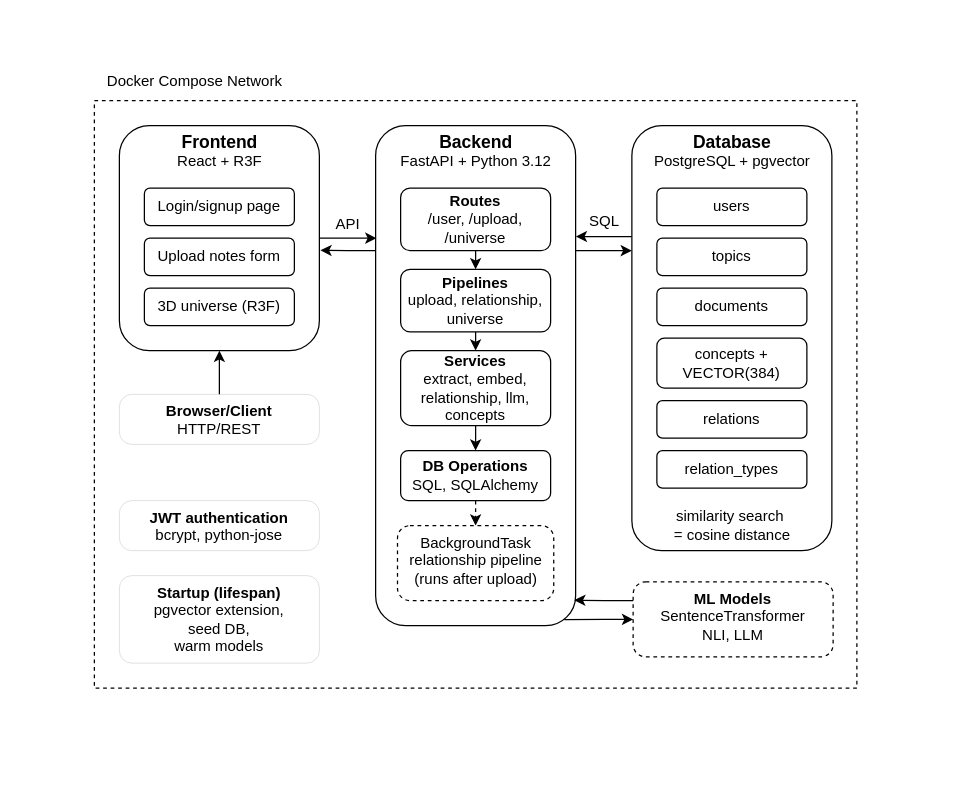
gerardlke/Project-Onion keeps this draw.io diagram as misc/Application Overview.drawio. Above is the earlier version. Source tidied: cells renumbered, new cells numbered last; positions are measured from the earlier drawing's top-left corner, leaving out a move shared by most shapes. Both pictures are drawn from the tidied source at 125%, with x=0, y=0 at pixel (94, 62).
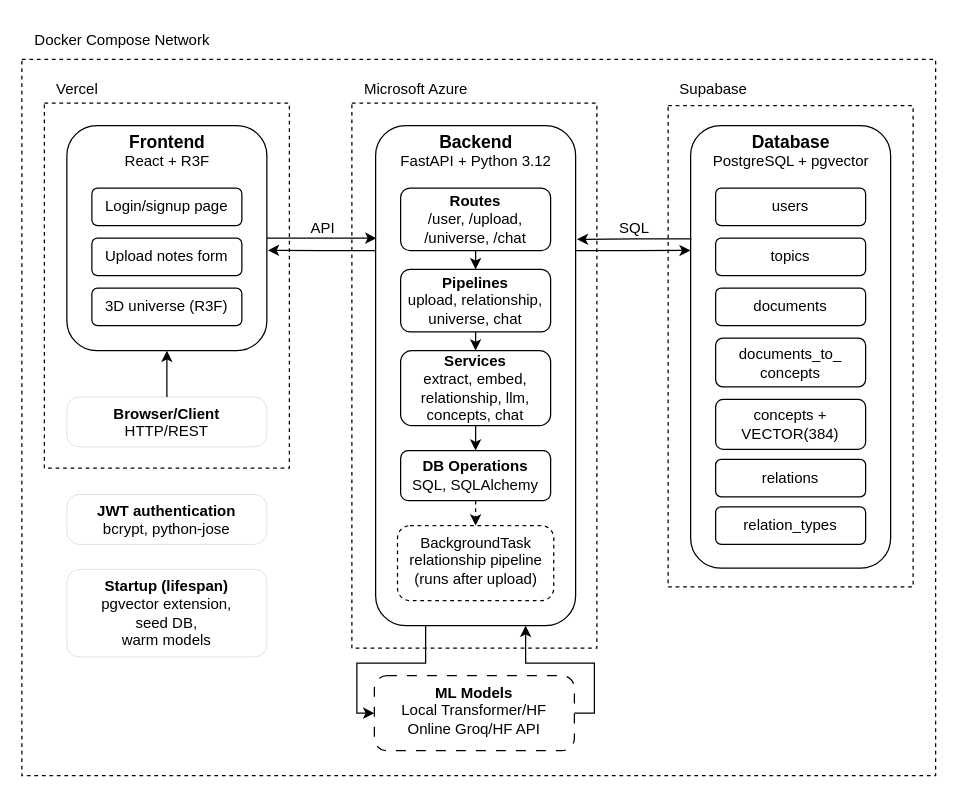
The same diagram, later.

Unchanged cells that the change refers to:
```xml
<mxCell id="6" style="rounded=1;whiteSpace=wrap;html=1;" parent="1" vertex="1">
  <mxGeometry x="225" y="50" width="160" height="400" as="geometry" />
</mxCell>
```

The edit, as a diff of the source:
```diff
@@
+    <mxCell id="42" style="rounded=0;whiteSpace=wrap;html=1;dashed=1;fillColor=none;" parent="1" vertex="1">
+      <mxGeometry x="206" y="32" width="196" height="436" as="geometry" />
+    </mxCell>
+    <mxCell id="43" style="rounded=0;whiteSpace=wrap;html=1;dashed=1;fillColor=none;" parent="1" vertex="1">
+      <mxGeometry x="459" y="34" width="196" height="385" as="geometry" />
+    </mxCell>
-    <mxCell id="2" style="rounded=0;whiteSpace=wrap;html=1;dashed=1;" parent="1" vertex="1">
-      <mxGeometry y="30" width="610" height="470" as="geometry" />
+    <mxCell id="2" style="rounded=0;whiteSpace=wrap;html=1;dashed=1;fillColor=none;" parent="1" vertex="1">
+      <mxGeometry x="-58" y="-3" width="731" height="573" as="geometry" />
     </mxCell>
+    <mxCell id="44" style="rounded=0;whiteSpace=wrap;html=1;dashed=1;fillColor=none;" parent="1" vertex="1">
+      <mxGeometry x="-40" y="32" width="196" height="292" as="geometry" />
+    </mxCell>
     <mxCell id="3" value="Docker Compose Network" style="text;html=1;align=center;verticalAlign=middle;strokeColor=none;fillColor=none;" parent="1" vertex="1">
-      <mxGeometry width="160" height="30" as="geometry" />
+      <mxGeometry x="-58" y="-33" width="160" height="30" as="geometry" />
     </mxCell>
     <mxCell id="4" style="rounded=1;whiteSpace=wrap;html=1;" parent="1" vertex="1">
-      <mxGeometry x="20" y="50" width="160" height="180" as="geometry" />
+      <mxGeometry x="-22" y="50" width="160" height="180" as="geometry" />
     </mxCell>
     <mxCell id="5" value="&lt;b&gt;&lt;font style=&quot;font-size: 14px;&quot;&gt;Frontend&lt;/font&gt;&lt;/b&gt;&lt;br&gt;&lt;font style=&quot;font-size: 12px;&quot;&gt;React + R3F&lt;/font&gt;" style="text;html=1;align=center;verticalAlign=middle;strokeColor=none;fillColor=none;" parent="1" vertex="1">
-      <mxGeometry x="55" y="50" width="90" height="40" as="geometry" />
+      <mxGeometry x="13" y="50" width="90" height="40" as="geometry" />
     </mxCell>
@@
     <mxCell id="8" style="rounded=1;whiteSpace=wrap;html=1;" parent="1" vertex="1">
-      <mxGeometry x="430" y="50" width="160" height="340" as="geometry" />
+      <mxGeometry x="477" y="50" width="160" height="354" as="geometry" />
     </mxCell>
     <mxCell id="9" value="&lt;b&gt;&lt;font style=&quot;font-size: 14px;&quot;&gt;Database&lt;/font&gt;&lt;/b&gt;&lt;br&gt;&lt;font style=&quot;font-size: 12px;&quot;&gt;PostgreSQL + pgvector&lt;/font&gt;" style="text;html=1;align=center;verticalAlign=middle;strokeColor=none;fillColor=none;" parent="1" vertex="1">
-      <mxGeometry x="435" y="50" width="150" height="40" as="geometry" />
+      <mxGeometry x="482" y="50" width="150" height="40" as="geometry" />
     </mxCell>
     <mxCell id="10" value="Login/signup page" style="rounded=1;whiteSpace=wrap;html=1;" parent="1" vertex="1">
-      <mxGeometry x="40" y="100" width="120" height="30" as="geometry" />
+      <mxGeometry x="-2" y="100" width="120" height="30" as="geometry" />
     </mxCell>
     <mxCell id="11" value="Upload notes form" style="rounded=1;whiteSpace=wrap;html=1;" parent="1" vertex="1">
-      <mxGeometry x="40" y="140" width="120" height="30" as="geometry" />
+      <mxGeometry x="-2" y="140" width="120" height="30" as="geometry" />
     </mxCell>
     <mxCell id="12" value="3D universe (R3F)" style="rounded=1;whiteSpace=wrap;html=1;" parent="1" vertex="1">
-      <mxGeometry x="40" y="180" width="120" height="30" as="geometry" />
+      <mxGeometry x="-2" y="180" width="120" height="30" as="geometry" />
     </mxCell>
@@
-    <mxCell id="14" value="&lt;b&gt;Routes&lt;/b&gt;&lt;br&gt;/user, /upload, /universe" style="rounded=1;whiteSpace=wrap;html=1;" parent="1" vertex="1">
+    <mxCell id="14" value="&lt;b&gt;Routes&lt;/b&gt;&lt;br&gt;/user, /upload, /universe, /chat" style="rounded=1;whiteSpace=wrap;html=1;" parent="1" vertex="1">
       <mxGeometry x="245" y="100" width="120" height="50" as="geometry" />
     </mxCell>
@@
-    <mxCell id="16" value="&lt;b&gt;Pipelines&lt;/b&gt;&lt;br&gt;upload, relationship, universe" style="rounded=1;whiteSpace=wrap;html=1;" parent="1" vertex="1">
+    <mxCell id="16" value="&lt;b&gt;Pipelines&lt;/b&gt;&lt;br&gt;upload, relationship, universe, chat" style="rounded=1;whiteSpace=wrap;html=1;" parent="1" vertex="1">
       <mxGeometry x="245" y="165" width="120" height="50" as="geometry" />
     </mxCell>
@@
-    <mxCell id="18" value="&lt;b&gt;Services&lt;/b&gt;&lt;br&gt;extract, embed, relationship, llm, concepts" style="rounded=1;whiteSpace=wrap;html=1;" parent="1" vertex="1">
+    <mxCell id="18" value="&lt;b&gt;Services&lt;/b&gt;&lt;br&gt;extract, embed, relationship, llm, concepts, chat" style="rounded=1;whiteSpace=wrap;html=1;" parent="1" vertex="1">
       <mxGeometry x="245" y="230" width="120" height="60" as="geometry" />
     </mxCell>
@@
     <mxCell id="22" value="users" style="rounded=1;whiteSpace=wrap;html=1;" parent="1" vertex="1">
-      <mxGeometry x="450" y="100" width="120" height="30" as="geometry" />
+      <mxGeometry x="497" y="100" width="120" height="30" as="geometry" />
     </mxCell>
     <mxCell id="23" value="topics" style="rounded=1;whiteSpace=wrap;html=1;" parent="1" vertex="1">
-      <mxGeometry x="450" y="140" width="120" height="30" as="geometry" />
+      <mxGeometry x="497" y="140" width="120" height="30" as="geometry" />
     </mxCell>
     <mxCell id="24" value="documents" style="rounded=1;whiteSpace=wrap;html=1;" parent="1" vertex="1">
-      <mxGeometry x="450" y="180" width="120" height="30" as="geometry" />
+      <mxGeometry x="497" y="180" width="120" height="30" as="geometry" />
     </mxCell>
     <mxCell id="25" value="concepts + VECTOR(384)" style="rounded=1;whiteSpace=wrap;html=1;" parent="1" vertex="1">
-      <mxGeometry x="450" y="220" width="120" height="40" as="geometry" />
+      <mxGeometry x="497" y="269" width="120" height="40" as="geometry" />
     </mxCell>
     <mxCell id="26" value="relations" style="rounded=1;whiteSpace=wrap;html=1;" parent="1" vertex="1">
-      <mxGeometry x="450" y="270" width="120" height="30" as="geometry" />
+      <mxGeometry x="497" y="317" width="120" height="30" as="geometry" />
     </mxCell>
     <mxCell id="27" value="relation_types" style="rounded=1;whiteSpace=wrap;html=1;" parent="1" vertex="1">
-      <mxGeometry x="450" y="310" width="120" height="30" as="geometry" />
+      <mxGeometry x="497" y="355" width="120" height="30" as="geometry" />
     </mxCell>
@@
     <mxCell id="30" value="&amp;nbsp;API" style="text;html=1;align=center;verticalAlign=middle;strokeColor=none;fillColor=none;" parent="1" vertex="1">
-      <mxGeometry x="176" y="114" width="50" height="30" as="geometry" />
+      <mxGeometry x="156" y="117" width="50" height="30" as="geometry" />
     </mxCell>
-    <mxCell id="31" style="edgeStyle=orthogonalEdgeStyle;rounded=0;jettySize=auto;html=1;exitX=1;exitY=0.25;exitDx=0;exitDy=0;" parent="1" edge="1" source="6">
-      <mxGeometry relative="1" as="geometry">
-        <mxPoint x="430" y="150" as="targetPoint" />
-      </mxGeometry>
+    <mxCell id="31" style="edgeStyle=orthogonalEdgeStyle;rounded=0;jettySize=auto;html=1;exitX=1;exitY=0.25;exitDx=0;exitDy=0;entryX=0;entryY=0.282;entryDx=0;entryDy=0;entryPerimeter=0;" parent="1" edge="1" source="6" target="8">
+      <mxGeometry relative="1" as="geometry" />
     </mxCell>
-    <mxCell id="32" style="edgeStyle=orthogonalEdgeStyle;rounded=0;jettySize=auto;html=1;exitX=-0.001;exitY=0.261;exitDx=0;exitDy=0;entryX=1.001;entryY=0.222;entryDx=0;entryDy=0;entryPerimeter=0;exitPerimeter=0;" parent="1" edge="1" source="8" target="6">
-      <mxGeometry relative="1" as="geometry" />
+    <mxCell id="32" style="edgeStyle=orthogonalEdgeStyle;rounded=0;jettySize=auto;html=1;exitX=0.004;exitY=0.256;exitDx=0;exitDy=0;exitPerimeter=0;" parent="1" edge="1" source="8">
+      <mxGeometry relative="1" as="geometry">
+        <mxPoint x="386" y="141" as="targetPoint" />
+      </mxGeometry>
     </mxCell>
-    <mxCell id="33" value="&amp;nbsp;SQL" style="text;html=1;align=center;verticalAlign=middle;strokeColor=none;fillColor=none;" parent="1" vertex="1">
-      <mxGeometry x="381" y="112" width="50" height="30" as="geometry" />
-    </mxCell>
-    <mxCell id="34" value="&lt;b&gt;ML Models&lt;/b&gt;&lt;div&gt;SentenceTransformer&lt;/div&gt;&lt;div&gt;NLI, LLM&lt;/div&gt;" style="html=1;align=center;verticalAlign=top;rounded=1;absoluteArcSize=1;arcSize=20;dashed=1;whiteSpace=wrap;" parent="1" vertex="1">
-      <mxGeometry x="431" y="415" width="160" height="60" as="geometry" />
+    <mxCell id="34" value="&lt;b&gt;ML Models&lt;/b&gt;&lt;div&gt;Local Transformer/HF&lt;/div&gt;&lt;div&gt;Online Groq/HF API&lt;/div&gt;" style="html=1;align=center;verticalAlign=top;rounded=1;absoluteArcSize=1;arcSize=20;dashed=1;whiteSpace=wrap;dashPattern=8 8;" parent="1" vertex="1">
+      <mxGeometry x="224" y="490" width="160" height="60" as="geometry" />
     </mxCell>
@@
     <mxCell id="36" value="&lt;b&gt;Browser/Client&lt;/b&gt;&lt;div&gt;HTTP/REST&lt;/div&gt;" style="html=1;align=center;verticalAlign=top;rounded=1;absoluteArcSize=1;arcSize=20;whiteSpace=wrap;strokeWidth=0;" parent="1" vertex="1">
-      <mxGeometry x="20" y="265" width="160" height="40" as="geometry" />
+      <mxGeometry x="-22" y="267" width="160" height="40" as="geometry" />
     </mxCell>
     <mxCell id="37" value="&lt;b&gt;JWT authentication&lt;/b&gt;&lt;div&gt;bcrypt, python-jose&lt;/div&gt;" style="html=1;align=center;verticalAlign=top;rounded=1;absoluteArcSize=1;arcSize=20;whiteSpace=wrap;strokeWidth=0;" parent="1" vertex="1">
-      <mxGeometry x="20" y="350" width="160" height="40" as="geometry" />
+      <mxGeometry x="-22" y="345" width="160" height="40" as="geometry" />
     </mxCell>
     <mxCell id="38" value="&lt;b&gt;Startup (lifespan)&lt;/b&gt;&lt;div&gt;pgvector extension,&lt;/div&gt;&lt;div&gt;seed DB,&lt;/div&gt;&lt;div&gt;warm models&lt;/div&gt;" style="html=1;align=center;verticalAlign=top;rounded=1;absoluteArcSize=1;arcSize=20;whiteSpace=wrap;strokeWidth=0;" parent="1" vertex="1">
-      <mxGeometry x="20" y="410" width="160" height="70" as="geometry" />
+      <mxGeometry x="-22" y="405" width="160" height="70" as="geometry" />
     </mxCell>
-    <mxCell id="39" value="similarity search&amp;nbsp;&lt;div&gt;= cosine distance&lt;/div&gt;" style="text;html=1;align=center;verticalAlign=middle;strokeColor=none;fillColor=none;" parent="1" vertex="1">
-      <mxGeometry x="450" y="350" width="120" height="40" as="geometry" />
-    </mxCell>
-    <mxCell id="40" style="edgeStyle=orthogonalEdgeStyle;rounded=0;jettySize=auto;html=1;exitX=0;exitY=0.25;exitDx=0;exitDy=0;entryX=0.993;entryY=0.949;entryDx=0;entryDy=0;entryPerimeter=0;" parent="1" edge="1" source="34" target="6">
-      <mxGeometry relative="1" as="geometry" />
+    <mxCell id="40" style="edgeStyle=orthogonalEdgeStyle;rounded=0;jettySize=auto;html=1;exitX=1;exitY=0.5;exitDx=0;exitDy=0;entryX=0.75;entryY=1;entryDx=0;entryDy=0;" parent="1" edge="1" source="34" target="6">
+      <mxGeometry relative="1" as="geometry">
+        <Array as="points">
+          <mxPoint x="400" y="520" />
+          <mxPoint x="400" y="480" />
+          <mxPoint x="345" y="480" />
+        </Array>
+      </mxGeometry>
     </mxCell>
-    <mxCell id="41" style="edgeStyle=orthogonalEdgeStyle;rounded=0;jettySize=auto;html=1;exitX=0;exitY=0.5;exitDx=0;exitDy=0;entryX=0.943;entryY=0.988;entryDx=0;entryDy=0;entryPerimeter=0;startArrow=classic;startFill=1;endArrow=none;endFill=0;" parent="1" edge="1" source="34" target="6">
-      <mxGeometry relative="1" as="geometry" />
+    <mxCell id="41" style="edgeStyle=orthogonalEdgeStyle;rounded=0;jettySize=auto;html=1;exitX=0;exitY=0.5;exitDx=0;exitDy=0;startArrow=classic;startFill=1;endArrow=none;endFill=0;entryX=0.25;entryY=1;entryDx=0;entryDy=0;" parent="1" edge="1" source="34" target="6">
+      <mxGeometry relative="1" as="geometry">
+        <Array as="points">
+          <mxPoint x="210" y="520" />
+          <mxPoint x="210" y="480" />
+          <mxPoint x="265" y="480" />
+        </Array>
+      </mxGeometry>
     </mxCell>
+    <mxCell id="45" value="documents_to_&lt;br&gt;concepts" style="rounded=1;whiteSpace=wrap;html=1;" parent="1" vertex="1">
+      <mxGeometry x="497" y="220" width="120" height="39" as="geometry" />
+    </mxCell>
+    <mxCell id="33" value="&amp;nbsp;SQL" style="text;html=1;align=center;verticalAlign=middle;strokeColor=none;fillColor=none;" parent="1" vertex="1">
+      <mxGeometry x="405" y="117" width="50" height="30" as="geometry" />
+    </mxCell>
+    <mxCell id="46" value="Vercel" style="text;html=1;align=center;verticalAlign=middle;strokeColor=none;fillColor=none;" parent="1" vertex="1">
+      <mxGeometry x="-40" y="8" width="51" height="26" as="geometry" />
+    </mxCell>
+    <mxCell id="47" value="Microsoft Azure" style="text;html=1;align=center;verticalAlign=middle;strokeColor=none;fillColor=none;" parent="1" vertex="1">
+      <mxGeometry x="206" y="8" width="101" height="26" as="geometry" />
+    </mxCell>
+    <mxCell id="48" value="Supabase" style="text;html=1;align=center;verticalAlign=middle;strokeColor=none;fillColor=none;" parent="1" vertex="1">
+      <mxGeometry x="459" y="8" width="72" height="26" as="geometry" />
+    </mxCell>
```
